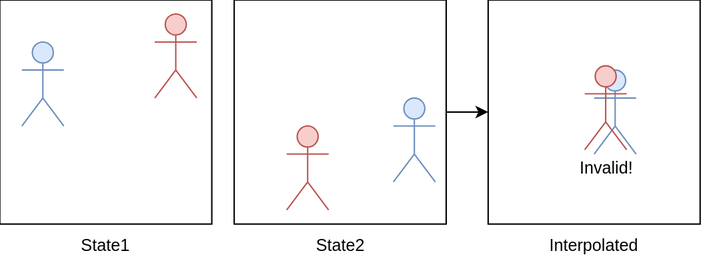
Above: content/posts/frame-pacing/resources/Invalid.svg in raylee9919/raylee9919.github.io (draw.io), before the change. Source tidied: cells renumbered, new cells last; positions are measured from the earlier drawing's top-left corner, leaving out a move shared by most shapes.
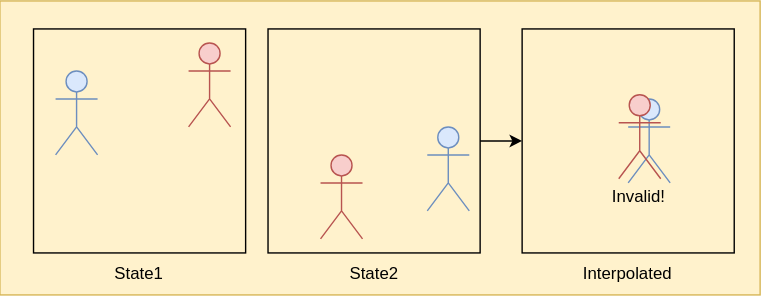
After the change.

The edit, as a diff of the source:
```diff
@@ -2,47 +2,50 @@
   <root>
     <mxCell id="0" />
     <mxCell id="1" parent="0" />
-    <mxCell id="2" style="rounded=0;whiteSpace=wrap;html=1;fillColor=none;" parent="1" vertex="1">
-      <mxGeometry x="167.5" width="151.5" height="160" as="geometry" />
+    <mxCell id="2" style="rounded=0;whiteSpace=wrap;html=1;fillColor=#fff2cc;strokeColor=#d6b656;" parent="1" vertex="1">
+      <mxGeometry x="-97.5" y="70" width="543" height="210" as="geometry" />
     </mxCell>
     <mxCell id="3" style="rounded=0;whiteSpace=wrap;html=1;fillColor=none;" parent="1" vertex="1">
-      <mxGeometry width="151.5" height="160" as="geometry" />
+      <mxGeometry x="94" y="90" width="151.5" height="160" as="geometry" />
     </mxCell>
     <mxCell id="4" style="rounded=0;whiteSpace=wrap;html=1;fillColor=none;" parent="1" vertex="1">
-      <mxGeometry x="349" width="151.5" height="160" as="geometry" />
+      <mxGeometry x="-73.5" y="90" width="151.5" height="160" as="geometry" />
     </mxCell>
-    <mxCell id="5" style="shape=umlActor;verticalLabelPosition=bottom;verticalAlign=top;html=1;outlineConnect=0;fillColor=#dae8fc;strokeColor=#6c8ebf;" parent="1" vertex="1">
-      <mxGeometry x="15.8" y="30" width="30" height="60" as="geometry" />
+    <mxCell id="5" style="rounded=0;whiteSpace=wrap;html=1;fillColor=none;" parent="1" vertex="1">
+      <mxGeometry x="275.5" y="90" width="151.5" height="160" as="geometry" />
     </mxCell>
-    <mxCell id="6" style="shape=umlActor;verticalLabelPosition=bottom;verticalAlign=top;html=1;fillColor=#f8cecc;strokeColor=#b85450;" parent="1" vertex="1">
-      <mxGeometry x="110.8" y="10" width="30" height="60" as="geometry" />
+    <mxCell id="6" style="shape=umlActor;verticalLabelPosition=bottom;verticalAlign=top;html=1;fillColor=#dae8fc;strokeColor=#6c8ebf;" parent="1" vertex="1">
+      <mxGeometry x="-57.8" y="120" width="30" height="60" as="geometry" />
     </mxCell>
-    <mxCell id="7" value="State1" style="text;html=1;whiteSpace=wrap;strokeColor=none;fillColor=none;align=center;verticalAlign=middle;rounded=0;" parent="1" vertex="1">
-      <mxGeometry x="45.8" y="160" width="60" height="30" as="geometry" />
+    <mxCell id="7" style="shape=umlActor;verticalLabelPosition=bottom;verticalAlign=top;html=1;fillColor=#f8cecc;strokeColor=#b85450;" parent="1" vertex="1">
+      <mxGeometry x="37.2" y="100" width="30" height="60" as="geometry" />
     </mxCell>
-    <mxCell id="8" style="shape=umlActor;verticalLabelPosition=bottom;verticalAlign=top;html=1;fillColor=#dae8fc;strokeColor=#6c8ebf;" parent="1" vertex="1">
-      <mxGeometry x="281.2" y="70" width="30" height="60" as="geometry" />
+    <mxCell id="8" value="State1" style="text;html=1;whiteSpace=wrap;strokeColor=none;fillColor=none;align=center;verticalAlign=middle;rounded=0;" parent="1" vertex="1">
+      <mxGeometry x="-27.8" y="250" width="60" height="30" as="geometry" />
     </mxCell>
-    <mxCell id="9" style="shape=umlActor;verticalLabelPosition=bottom;verticalAlign=top;html=1;fillColor=#f8cecc;strokeColor=#b85450;" parent="1" vertex="1">
-      <mxGeometry x="205" y="90" width="30" height="60" as="geometry" />
+    <mxCell id="9" style="shape=umlActor;verticalLabelPosition=bottom;verticalAlign=top;html=1;fillColor=#dae8fc;strokeColor=#6c8ebf;" parent="1" vertex="1">
+      <mxGeometry x="207.8" y="160" width="30" height="60" as="geometry" />
     </mxCell>
-    <mxCell id="10" value="State2" style="text;html=1;whiteSpace=wrap;strokeColor=none;fillColor=none;align=center;verticalAlign=middle;rounded=0;" parent="1" vertex="1">
-      <mxGeometry x="213.2" y="160" width="60" height="30" as="geometry" />
+    <mxCell id="10" style="shape=umlActor;verticalLabelPosition=bottom;verticalAlign=top;html=1;fillColor=#f8cecc;strokeColor=#b85450;" parent="1" vertex="1">
+      <mxGeometry x="131.5" y="180" width="30" height="60" as="geometry" />
     </mxCell>
-    <mxCell id="11" style="shape=umlActor;verticalLabelPosition=bottom;verticalAlign=top;html=1;fillColor=#dae8fc;strokeColor=#6c8ebf;" parent="1" vertex="1">
-      <mxGeometry x="424.8" y="50" width="30" height="60" as="geometry" />
+    <mxCell id="11" value="State2" style="text;html=1;whiteSpace=wrap;strokeColor=none;fillColor=none;align=center;verticalAlign=middle;rounded=0;" parent="1" vertex="1">
+      <mxGeometry x="139.8" y="250" width="60" height="30" as="geometry" />
     </mxCell>
-    <mxCell id="12" style="shape=umlActor;verticalLabelPosition=bottom;verticalAlign=top;html=1;fillColor=#f8cecc;strokeColor=#b85450;" parent="1" vertex="1">
-      <mxGeometry x="418" y="47" width="30" height="60" as="geometry" />
+    <mxCell id="12" style="shape=umlActor;verticalLabelPosition=bottom;verticalAlign=top;html=1;fillColor=#dae8fc;strokeColor=#6c8ebf;" parent="1" vertex="1">
+      <mxGeometry x="351.2" y="140" width="30" height="60" as="geometry" />
     </mxCell>
-    <mxCell id="13" value="Interpolated" style="text;html=1;whiteSpace=wrap;strokeColor=none;fillColor=none;align=center;verticalAlign=middle;rounded=0;" parent="1" vertex="1">
-      <mxGeometry x="394.8" y="160" width="60" height="30" as="geometry" />
+    <mxCell id="13" style="shape=umlActor;verticalLabelPosition=bottom;verticalAlign=top;html=1;fillColor=#f8cecc;strokeColor=#b85450;" parent="1" vertex="1">
+      <mxGeometry x="344.5" y="137" width="30" height="60" as="geometry" />
     </mxCell>
-    <mxCell id="14" style="endArrow=classic;html=1;rounded=0;entryX=0;entryY=0.5;entryDx=0;entryDy=0;exitX=1;exitY=0.5;exitDx=0;exitDy=0;" parent="1" edge="1" source="2" target="4">
-      <mxGeometry relative="1" as="geometry" />
+    <mxCell id="14" value="Interpolated" style="text;html=1;whiteSpace=wrap;strokeColor=none;fillColor=none;align=center;verticalAlign=middle;rounded=0;" parent="1" vertex="1">
+      <mxGeometry x="321.2" y="250" width="60" height="30" as="geometry" />
     </mxCell>
-    <mxCell id="15" value="Invalid!" style="text;html=1;whiteSpace=wrap;strokeColor=none;fillColor=none;align=center;verticalAlign=middle;rounded=0;fontStyle=0;" parent="1" vertex="1">
-      <mxGeometry x="403" y="105" width="60" height="30" as="geometry" />
+    <mxCell id="15" style="endArrow=classic;html=1;rounded=0;entryX=0;entryY=0.5;entryDx=0;entryDy=0;exitX=1;exitY=0.5;exitDx=0;exitDy=0;" parent="1" edge="1" source="3" target="5">
+      <mxGeometry relative="1" as="geometry" />
     </mxCell>
+    <mxCell id="16" value="Invalid!" style="text;html=1;whiteSpace=wrap;strokeColor=none;fillColor=none;align=center;verticalAlign=middle;rounded=0;fontStyle=0;" parent="1" vertex="1">
+      <mxGeometry x="329.5" y="195" width="60" height="30" as="geometry" />
+    </mxCell>
   </root>
 </mxGraphModel>
```
